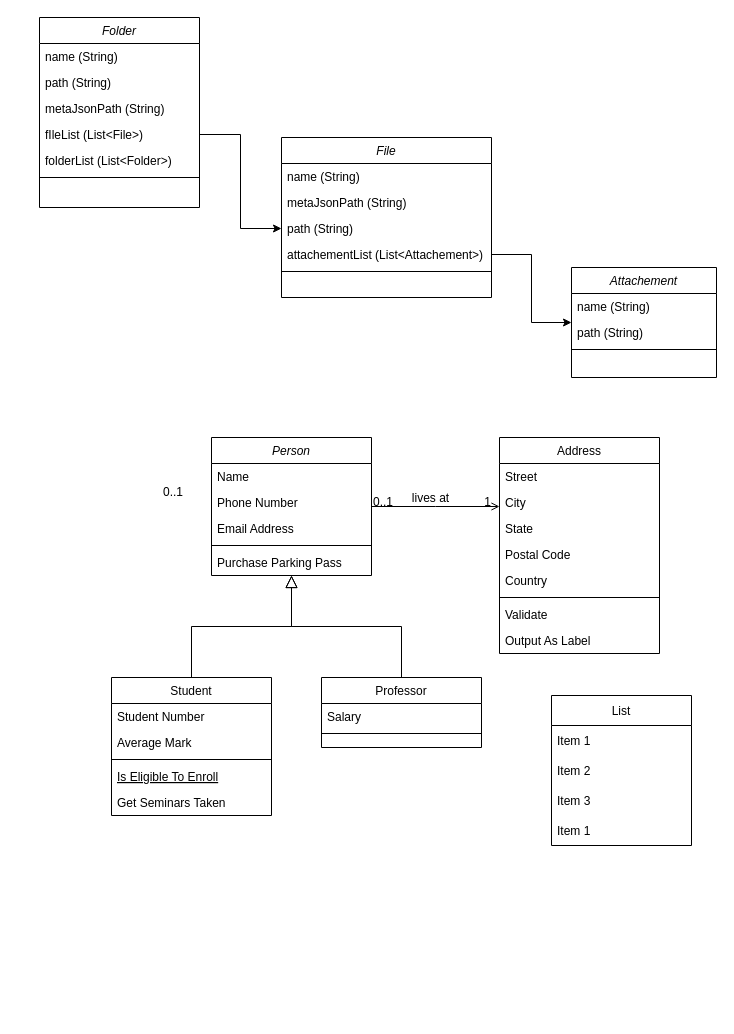
Before: import folder structure.drawio in elninot/test, a draw.io diagram. Source tidied: cells renumbered, new cells numbered last; positions are measured from the earlier drawing's top-left corner, leaving out a move shared by most shapes. Both pictures are drawn from the tidied source at 100%, with x=0, y=0 at pixel (39, 17).
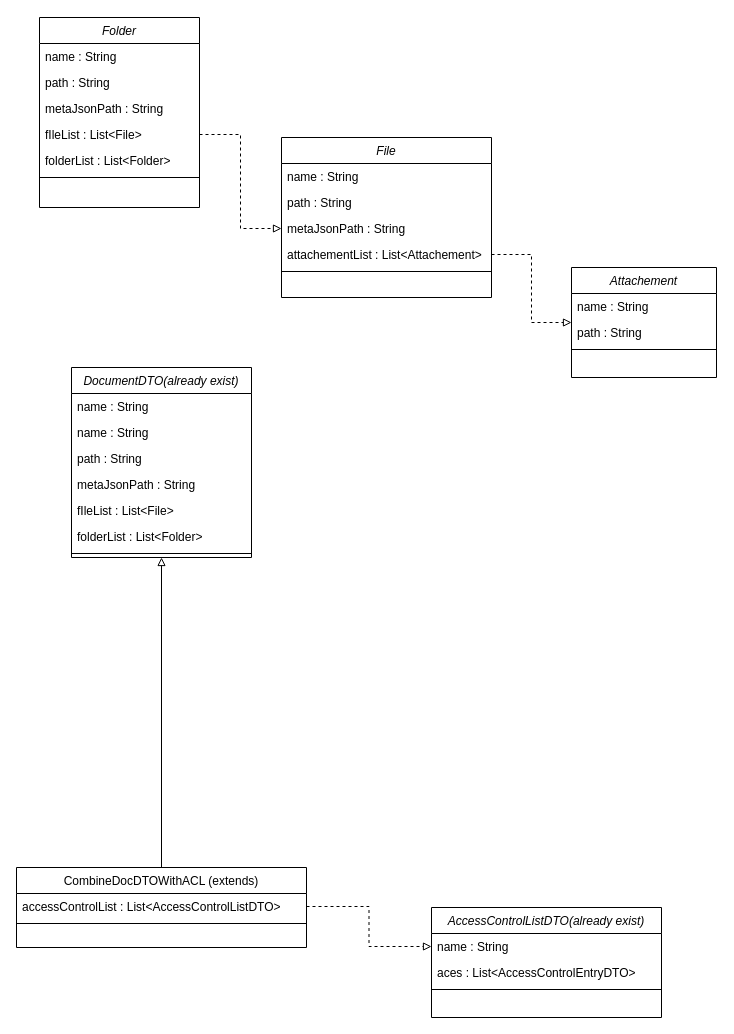
Above is the later version.

Unchanged cells that the change refers to:
```xml
<mxCell id="32" value="Folder" style="swimlane;fontStyle=2;align=center;verticalAlign=top;horizontal=1;startSize=26;rounded=0;shadow=0;strokeWidth=1;" parent="1" vertex="1">
  <mxGeometry width="160" height="190" as="geometry" />
</mxCell>
<mxCell id="45" value="File" style="swimlane;fontStyle=2;align=center;verticalAlign=top;horizontal=1;startSize=26;rounded=0;shadow=0;strokeWidth=1;" parent="1" vertex="1">
  <mxGeometry x="242" y="120" width="210" height="160" as="geometry" />
</mxCell>
<mxCell id="51" value="Attachement" style="swimlane;fontStyle=2;align=center;verticalAlign=top;horizontal=1;startSize=26;rounded=0;shadow=0;strokeWidth=1;" parent="1" vertex="1">
  <mxGeometry x="532" y="250" width="145" height="110" as="geometry" />
</mxCell>
```

Diff of the diagram source:
```diff
@@
-    <mxCell id="2" value="Person" style="swimlane;fontStyle=2;align=center;verticalAlign=top;horizontal=1;startSize=26;rounded=0;shadow=0;strokeWidth=1;" parent="1" vertex="1">
-      <mxGeometry x="172" y="420" width="160" height="138" as="geometry" />
-    </mxCell>
-    <mxCell id="3" value="Name" style="text;align=left;verticalAlign=top;spacingLeft=4;spacingRight=4;overflow=hidden;" parent="2" vertex="1">
-      <mxGeometry y="26" width="160" height="26" as="geometry" />
-    </mxCell>
-    <mxCell id="4" value="Phone Number" style="text;align=left;verticalAlign=top;spacingLeft=4;spacingRight=4;overflow=hidden;rounded=0;shadow=0;html=0;" parent="2" vertex="1">
-      <mxGeometry y="52" width="160" height="26" as="geometry" />
-    </mxCell>
-    <mxCell id="5" value="Email Address" style="text;align=left;verticalAlign=top;spacingLeft=4;spacingRight=4;overflow=hidden;rounded=0;shadow=0;html=0;" parent="2" vertex="1">
-      <mxGeometry y="78" width="160" height="26" as="geometry" />
-    </mxCell>
-    <mxCell id="6" style="line;html=1;strokeWidth=1;align=left;verticalAlign=middle;spacingTop=-1;spacingLeft=3;spacingRight=3;labelPosition=right;" parent="2" vertex="1">
-      <mxGeometry y="104" width="160" height="8" as="geometry" />
-    </mxCell>
-    <mxCell id="7" value="Purchase Parking Pass" style="text;align=left;verticalAlign=top;spacingLeft=4;spacingRight=4;overflow=hidden;" parent="2" vertex="1">
-      <mxGeometry y="112" width="160" height="26" as="geometry" />
-    </mxCell>
-    <mxCell id="8" value="Student" style="swimlane;fontStyle=0;align=center;verticalAlign=top;horizontal=1;startSize=26;rounded=0;shadow=0;strokeWidth=1;" parent="1" vertex="1">
-      <mxGeometry x="72" y="660" width="160" height="138" as="geometry" />
-    </mxCell>
-    <mxCell id="9" value="Student Number" style="text;align=left;verticalAlign=top;spacingLeft=4;spacingRight=4;overflow=hidden;" parent="8" vertex="1">
-      <mxGeometry y="26" width="160" height="26" as="geometry" />
-    </mxCell>
-    <mxCell id="10" value="Average Mark" style="text;align=left;verticalAlign=top;spacingLeft=4;spacingRight=4;overflow=hidden;rounded=0;shadow=0;html=0;" parent="8" vertex="1">
-      <mxGeometry y="52" width="160" height="26" as="geometry" />
-    </mxCell>
-    <mxCell id="11" style="line;html=1;strokeWidth=1;align=left;verticalAlign=middle;spacingTop=-1;spacingLeft=3;spacingRight=3;labelPosition=right;" parent="8" vertex="1">
-      <mxGeometry y="78" width="160" height="8" as="geometry" />
-    </mxCell>
-    <mxCell id="12" value="Is Eligible To Enroll" style="text;align=left;verticalAlign=top;spacingLeft=4;spacingRight=4;overflow=hidden;fontStyle=4;" parent="8" vertex="1">
-      <mxGeometry y="86" width="160" height="26" as="geometry" />
-    </mxCell>
-    <mxCell id="13" value="Get Seminars Taken" style="text;align=left;verticalAlign=top;spacingLeft=4;spacingRight=4;overflow=hidden;" parent="8" vertex="1">
-      <mxGeometry y="112" width="160" height="26" as="geometry" />
-    </mxCell>
-    <mxCell id="14" style="endArrow=block;endSize=10;endFill=0;shadow=0;strokeWidth=1;rounded=0;edgeStyle=elbowEdgeStyle;elbow=vertical;" parent="1" edge="1" source="8" target="2">
-      <mxGeometry relative="1" as="geometry" />
-    </mxCell>
-    <mxCell id="15" value="Professor" style="swimlane;fontStyle=0;align=center;verticalAlign=top;horizontal=1;startSize=26;rounded=0;shadow=0;strokeWidth=1;" parent="1" vertex="1">
-      <mxGeometry x="282" y="660" width="160" height="70" as="geometry" />
-    </mxCell>
-    <mxCell id="16" value="Salary" style="text;align=left;verticalAlign=top;spacingLeft=4;spacingRight=4;overflow=hidden;" parent="15" vertex="1">
-      <mxGeometry y="26" width="160" height="26" as="geometry" />
-    </mxCell>
-    <mxCell id="17" style="line;html=1;strokeWidth=1;align=left;verticalAlign=middle;spacingTop=-1;spacingLeft=3;spacingRight=3;labelPosition=right;" parent="15" vertex="1">
-      <mxGeometry y="52" width="160" height="8" as="geometry" />
-    </mxCell>
-    <mxCell id="18" style="endArrow=block;endSize=10;endFill=0;shadow=0;strokeWidth=1;rounded=0;edgeStyle=elbowEdgeStyle;elbow=vertical;" parent="1" edge="1" source="15" target="2">
-      <mxGeometry relative="1" as="geometry" />
-    </mxCell>
-    <mxCell id="19" value="Address" style="swimlane;fontStyle=0;align=center;verticalAlign=top;horizontal=1;startSize=26;rounded=0;shadow=0;strokeWidth=1;" parent="1" vertex="1">
-      <mxGeometry x="460" y="420" width="160" height="216" as="geometry" />
-    </mxCell>
-    <mxCell id="20" value="Street" style="text;align=left;verticalAlign=top;spacingLeft=4;spacingRight=4;overflow=hidden;" parent="19" vertex="1">
-      <mxGeometry y="26" width="160" height="26" as="geometry" />
-    </mxCell>
-    <mxCell id="21" value="City" style="text;align=left;verticalAlign=top;spacingLeft=4;spacingRight=4;overflow=hidden;rounded=0;shadow=0;html=0;" parent="19" vertex="1">
-      <mxGeometry y="52" width="160" height="26" as="geometry" />
-    </mxCell>
-    <mxCell id="22" value="State" style="text;align=left;verticalAlign=top;spacingLeft=4;spacingRight=4;overflow=hidden;rounded=0;shadow=0;html=0;" parent="19" vertex="1">
-      <mxGeometry y="78" width="160" height="26" as="geometry" />
-    </mxCell>
-    <mxCell id="23" value="Postal Code" style="text;align=left;verticalAlign=top;spacingLeft=4;spacingRight=4;overflow=hidden;rounded=0;shadow=0;html=0;" parent="19" vertex="1">
-      <mxGeometry y="104" width="160" height="26" as="geometry" />
-    </mxCell>
-    <mxCell id="24" value="Country" style="text;align=left;verticalAlign=top;spacingLeft=4;spacingRight=4;overflow=hidden;rounded=0;shadow=0;html=0;" parent="19" vertex="1">
-      <mxGeometry y="130" width="160" height="26" as="geometry" />
-    </mxCell>
-    <mxCell id="25" style="line;html=1;strokeWidth=1;align=left;verticalAlign=middle;spacingTop=-1;spacingLeft=3;spacingRight=3;labelPosition=right;" parent="19" vertex="1">
-      <mxGeometry y="156" width="160" height="8" as="geometry" />
-    </mxCell>
-    <mxCell id="26" value="Validate" style="text;align=left;verticalAlign=top;spacingLeft=4;spacingRight=4;overflow=hidden;" parent="19" vertex="1">
-      <mxGeometry y="164" width="160" height="26" as="geometry" />
-    </mxCell>
-    <mxCell id="27" value="Output As Label" style="text;align=left;verticalAlign=top;spacingLeft=4;spacingRight=4;overflow=hidden;" parent="19" vertex="1">
-      <mxGeometry y="190" width="160" height="26" as="geometry" />
-    </mxCell>
-    <mxCell id="28" style="endArrow=open;shadow=0;strokeWidth=1;rounded=0;endFill=1;edgeStyle=elbowEdgeStyle;elbow=vertical;" parent="1" edge="1" source="2" target="19">
-      <mxGeometry x="0.5" y="41" relative="1" as="geometry">
-        <mxPoint x="-40" y="32" as="offset" />
-      </mxGeometry>
-    </mxCell>
-    <mxCell id="29" value="0..1" style="align=left;verticalAlign=bottom;labelBackgroundColor=none;fontSize=12;" parent="28" vertex="1">
-      <mxGeometry x="-1" relative="1" as="geometry">
-        <mxPoint y="4" as="offset" />
-      </mxGeometry>
-    </mxCell>
-    <mxCell id="30" value="1" style="align=right;verticalAlign=bottom;labelBackgroundColor=none;fontSize=12;" parent="28" vertex="1">
-      <mxGeometry x="1" relative="1" as="geometry">
-        <mxPoint x="-7" y="4" as="offset" />
-      </mxGeometry>
-    </mxCell>
-    <mxCell id="31" value="lives at" style="text;html=1;align=center;verticalAlign=middle;labelBackgroundColor=none;rounded=0;shadow=0;strokeWidth=1;fontSize=12;" parent="28" vertex="1">
-      <mxGeometry x="0.5" y="49" relative="1" as="geometry">
-        <mxPoint x="-38" y="40" as="offset" />
-      </mxGeometry>
-    </mxCell>
@@
-    <mxCell id="33" value="name (String)" style="text;align=left;verticalAlign=top;spacingLeft=4;spacingRight=4;overflow=hidden;" parent="32" vertex="1">
+    <mxCell id="33" value="name : String" style="text;align=left;verticalAlign=top;spacingLeft=4;spacingRight=4;overflow=hidden;" parent="32" vertex="1">
       <mxGeometry y="26" width="160" height="26" as="geometry" />
     </mxCell>
-    <mxCell id="34" value="path (String)" style="text;align=left;verticalAlign=top;spacingLeft=4;spacingRight=4;overflow=hidden;rounded=0;shadow=0;html=0;" parent="32" vertex="1">
+    <mxCell id="34" value="path : String" style="text;align=left;verticalAlign=top;spacingLeft=4;spacingRight=4;overflow=hidden;rounded=0;shadow=0;html=0;" parent="32" vertex="1">
       <mxGeometry y="52" width="160" height="26" as="geometry" />
     </mxCell>
-    <mxCell id="35" value="metaJsonPath (String)" style="text;align=left;verticalAlign=top;spacingLeft=4;spacingRight=4;overflow=hidden;rounded=0;shadow=0;html=0;" parent="32" vertex="1">
+    <mxCell id="35" value="metaJsonPath : String" style="text;align=left;verticalAlign=top;spacingLeft=4;spacingRight=4;overflow=hidden;rounded=0;shadow=0;html=0;" parent="32" vertex="1">
       <mxGeometry y="78" width="160" height="26" as="geometry" />
     </mxCell>
-    <mxCell id="36" value="fIleList (List&lt;File&gt;)" style="text;align=left;verticalAlign=top;spacingLeft=4;spacingRight=4;overflow=hidden;points=[[0,0.5],[1,0.5]];portConstraint=eastwest;rounded=0;shadow=0;html=0;" parent="32" vertex="1">
+    <mxCell id="36" value="fIleList : List&lt;File&gt;" style="text;align=left;verticalAlign=top;spacingLeft=4;spacingRight=4;overflow=hidden;points=[[0,0.5],[1,0.5]];portConstraint=eastwest;rounded=0;shadow=0;html=0;" parent="32" vertex="1">
       <mxGeometry y="104" width="160" height="26" as="geometry" />
     </mxCell>
-    <mxCell id="37" value="folderList (List&lt;Folder&gt;)" style="text;align=left;verticalAlign=top;spacingLeft=4;spacingRight=4;overflow=hidden;rounded=0;shadow=0;html=0;" parent="32" vertex="1">
+    <mxCell id="37" value="folderList : List&lt;Folder&gt;" style="text;align=left;verticalAlign=top;spacingLeft=4;spacingRight=4;overflow=hidden;rounded=0;shadow=0;html=0;" parent="32" vertex="1">
       <mxGeometry y="130" width="160" height="26" as="geometry" />
     </mxCell>
@@
-    <mxCell id="39" value="List" style="swimlane;fontStyle=0;horizontal=1;startSize=30;" parent="1" vertex="1">
-      <mxGeometry x="512" y="678" width="140" height="150" as="geometry" />
-    </mxCell>
-    <mxCell id="40" value="Item 1" style="text;strokeColor=none;fillColor=none;align=left;verticalAlign=middle;spacingLeft=4;spacingRight=4;overflow=hidden;" parent="39" vertex="1">
-      <mxGeometry y="30" width="140" height="30" as="geometry" />
-    </mxCell>
-    <mxCell id="41" value="Item 2" style="text;strokeColor=none;fillColor=none;align=left;verticalAlign=middle;spacingLeft=4;spacingRight=4;overflow=hidden;" parent="39" vertex="1">
-      <mxGeometry y="60" width="140" height="30" as="geometry" />
-    </mxCell>
-    <mxCell id="42" value="Item 3" style="text;strokeColor=none;fillColor=none;align=left;verticalAlign=middle;spacingLeft=4;spacingRight=4;overflow=hidden;" parent="39" vertex="1">
-      <mxGeometry y="90" width="140" height="30" as="geometry" />
-    </mxCell>
-    <mxCell id="43" value="Item 1" style="text;strokeColor=none;fillColor=none;align=left;verticalAlign=middle;spacingLeft=4;spacingRight=4;overflow=hidden;" parent="39" vertex="1">
-      <mxGeometry y="120" width="140" height="30" as="geometry" />
-    </mxCell>
-    <mxCell id="44" value="0..1" style="align=left;verticalAlign=bottom;labelBackgroundColor=none;fontSize=12;" parent="1" vertex="1">
-      <mxGeometry x="122" y="483" as="geometry" />
-    </mxCell>
@@
-    <mxCell id="46" value="name (String)" style="text;align=left;verticalAlign=top;spacingLeft=4;spacingRight=4;overflow=hidden;" parent="45" vertex="1">
+    <mxCell id="46" value="name : String" style="text;align=left;verticalAlign=top;spacingLeft=4;spacingRight=4;overflow=hidden;" parent="45" vertex="1">
       <mxGeometry y="26" width="210" height="26" as="geometry" />
     </mxCell>
-    <mxCell id="47" value="metaJsonPath (String)" style="text;align=left;verticalAlign=top;spacingLeft=4;spacingRight=4;overflow=hidden;rounded=0;shadow=0;html=0;" parent="45" vertex="1">
+    <mxCell id="47" value="path : String" style="text;align=left;verticalAlign=top;spacingLeft=4;spacingRight=4;overflow=hidden;rounded=0;shadow=0;html=0;" parent="45" vertex="1">
       <mxGeometry y="52" width="210" height="26" as="geometry" />
     </mxCell>
-    <mxCell id="48" value="path (String)" style="text;align=left;verticalAlign=top;spacingLeft=4;spacingRight=4;overflow=hidden;points=[[0,0.5],[1,0.5]];portConstraint=eastwest;rounded=0;shadow=0;html=0;" parent="45" vertex="1">
+    <mxCell id="48" value="metaJsonPath : String" style="text;align=left;verticalAlign=top;spacingLeft=4;spacingRight=4;overflow=hidden;points=[[0,0.5],[1,0.5]];portConstraint=eastwest;rounded=0;shadow=0;html=0;" parent="45" vertex="1">
       <mxGeometry y="78" width="210" height="26" as="geometry" />
     </mxCell>
-    <mxCell id="49" value="attachementList (List&lt;Attachement&gt;)" style="text;align=left;verticalAlign=top;spacingLeft=4;spacingRight=4;overflow=hidden;points=[[0,0.5],[1,0.5]];portConstraint=eastwest;rounded=0;shadow=0;html=0;" parent="45" vertex="1">
+    <mxCell id="49" value="attachementList : List&lt;Attachement&gt;" style="text;align=left;verticalAlign=top;spacingLeft=4;spacingRight=4;overflow=hidden;points=[[0,0.5],[1,0.5]];portConstraint=eastwest;rounded=0;shadow=0;html=0;" parent="45" vertex="1">
       <mxGeometry y="104" width="210" height="26" as="geometry" />
     </mxCell>
@@
-    <mxCell id="52" value="name (String)" style="text;align=left;verticalAlign=top;spacingLeft=4;spacingRight=4;overflow=hidden;" parent="51" vertex="1">
+    <mxCell id="52" value="name : String" style="text;align=left;verticalAlign=top;spacingLeft=4;spacingRight=4;overflow=hidden;" parent="51" vertex="1">
       <mxGeometry y="26" width="145" height="26" as="geometry" />
     </mxCell>
-    <mxCell id="53" value="path (String)" style="text;align=left;verticalAlign=top;spacingLeft=4;spacingRight=4;overflow=hidden;rounded=0;shadow=0;html=0;" parent="51" vertex="1">
+    <mxCell id="53" value="path : String" style="text;align=left;verticalAlign=top;spacingLeft=4;spacingRight=4;overflow=hidden;rounded=0;shadow=0;html=0;" parent="51" vertex="1">
       <mxGeometry y="52" width="145" height="26" as="geometry" />
     </mxCell>
@@
-    <mxCell id="55" style="edgeStyle=orthogonalEdgeStyle;rounded=0;jettySize=auto;html=1;entryX=0;entryY=0.5;entryDx=0;entryDy=0;" parent="1" edge="1" source="36" target="48">
+    <mxCell id="55" style="edgeStyle=orthogonalEdgeStyle;rounded=0;jettySize=auto;html=1;entryX=0;entryY=0.5;entryDx=0;entryDy=0;dashed=1;endArrow=block;endFill=0;" parent="1" edge="1" source="36" target="48">
       <mxGeometry relative="1" as="geometry" />
     </mxCell>
-    <mxCell id="56" style="edgeStyle=orthogonalEdgeStyle;rounded=0;jettySize=auto;html=1;" parent="1" edge="1" source="49" target="51">
+    <mxCell id="56" style="edgeStyle=orthogonalEdgeStyle;rounded=0;jettySize=auto;html=1;dashed=1;endArrow=block;endFill=0;" parent="1" edge="1" source="49" target="51">
       <mxGeometry relative="1" as="geometry" />
     </mxCell>
+    <mxCell id="57" value="DocumentDTO(already exist)" style="swimlane;fontStyle=2;align=center;verticalAlign=top;horizontal=1;startSize=26;rounded=0;shadow=0;strokeWidth=1;" parent="1" vertex="1">
+      <mxGeometry x="32" y="350" width="180" height="190" as="geometry" />
+    </mxCell>
+    <mxCell id="58" value="name : String" style="text;align=left;verticalAlign=top;spacingLeft=4;spacingRight=4;overflow=hidden;" parent="57" vertex="1">
+      <mxGeometry y="26" width="180" height="26" as="geometry" />
+    </mxCell>
+    <mxCell id="59" value="name : String" style="text;align=left;verticalAlign=top;spacingLeft=4;spacingRight=4;overflow=hidden;" parent="57" vertex="1">
+      <mxGeometry y="52" width="180" height="26" as="geometry" />
+    </mxCell>
+    <mxCell id="60" value="path : String" style="text;align=left;verticalAlign=top;spacingLeft=4;spacingRight=4;overflow=hidden;rounded=0;shadow=0;html=0;" parent="57" vertex="1">
+      <mxGeometry y="78" width="180" height="26" as="geometry" />
+    </mxCell>
+    <mxCell id="61" value="metaJsonPath : String" style="text;align=left;verticalAlign=top;spacingLeft=4;spacingRight=4;overflow=hidden;rounded=0;shadow=0;html=0;" parent="57" vertex="1">
+      <mxGeometry y="104" width="180" height="26" as="geometry" />
+    </mxCell>
+    <mxCell id="62" value="fIleList : List&lt;File&gt;" style="text;align=left;verticalAlign=top;spacingLeft=4;spacingRight=4;overflow=hidden;rounded=0;shadow=0;html=0;" parent="57" vertex="1">
+      <mxGeometry y="130" width="180" height="26" as="geometry" />
+    </mxCell>
+    <mxCell id="63" value="folderList : List&lt;Folder&gt;" style="text;align=left;verticalAlign=top;spacingLeft=4;spacingRight=4;overflow=hidden;rounded=0;shadow=0;html=0;" parent="57" vertex="1">
+      <mxGeometry y="156" width="180" height="26" as="geometry" />
+    </mxCell>
+    <mxCell id="64" style="line;html=1;strokeWidth=1;align=left;verticalAlign=middle;spacingTop=-1;spacingLeft=3;spacingRight=3;labelPosition=right;" parent="57" vertex="1">
+      <mxGeometry y="182" width="180" height="8" as="geometry" />
+    </mxCell>
+    <mxCell id="65" style="edgeStyle=orthogonalEdgeStyle;rounded=0;jettySize=auto;html=1;entryX=0.5;entryY=1;entryDx=0;entryDy=0;endArrow=block;endFill=0;" parent="1" edge="1" source="66" target="57">
+      <mxGeometry relative="1" as="geometry" />
+    </mxCell>
+    <mxCell id="66" value="CombineDocDTOWithACL (extends)" style="swimlane;fontStyle=0;align=center;verticalAlign=top;horizontal=1;startSize=26;rounded=0;shadow=0;strokeWidth=1;" parent="1" vertex="1">
+      <mxGeometry x="-23" y="850" width="290" height="80" as="geometry" />
+    </mxCell>
+    <mxCell id="67" value="accessControlList : List&lt;AccessControlListDTO&gt; " style="text;align=left;verticalAlign=top;spacingLeft=4;spacingRight=4;overflow=hidden;points=[[0,0.5],[1,0.5]];portConstraint=eastwest;" parent="66" vertex="1">
+      <mxGeometry y="26" width="290" height="26" as="geometry" />
+    </mxCell>
+    <mxCell id="68" style="line;html=1;strokeWidth=1;align=left;verticalAlign=middle;spacingTop=-1;spacingLeft=3;spacingRight=3;labelPosition=right;" parent="66" vertex="1">
+      <mxGeometry y="52" width="290" height="8" as="geometry" />
+    </mxCell>
+    <mxCell id="69" value="AccessControlListDTO(already exist)" style="swimlane;fontStyle=2;align=center;verticalAlign=top;horizontal=1;startSize=26;rounded=0;shadow=0;strokeWidth=1;" parent="1" vertex="1">
+      <mxGeometry x="392" y="890" width="230" height="110" as="geometry" />
+    </mxCell>
+    <mxCell id="70" value="name : String" style="text;align=left;verticalAlign=top;spacingLeft=4;spacingRight=4;overflow=hidden;points=[[0,0.5],[1,0.5]];portConstraint=eastwest;" parent="69" vertex="1">
+      <mxGeometry y="26" width="230" height="26" as="geometry" />
+    </mxCell>
+    <mxCell id="71" value="aces : List&lt;AccessControlEntryDTO&gt; " style="text;align=left;verticalAlign=top;spacingLeft=4;spacingRight=4;overflow=hidden;rounded=0;shadow=0;html=0;" parent="69" vertex="1">
+      <mxGeometry y="52" width="230" height="26" as="geometry" />
+    </mxCell>
+    <mxCell id="72" style="line;html=1;strokeWidth=1;align=left;verticalAlign=middle;spacingTop=-1;spacingLeft=3;spacingRight=3;labelPosition=right;" parent="69" vertex="1">
+      <mxGeometry y="78" width="230" height="8" as="geometry" />
+    </mxCell>
+    <mxCell id="73" style="edgeStyle=orthogonalEdgeStyle;rounded=0;jettySize=auto;html=1;endArrow=block;endFill=0;dashed=1;" parent="1" edge="1" source="67" target="70">
+      <mxGeometry relative="1" as="geometry" />
+    </mxCell>
```
